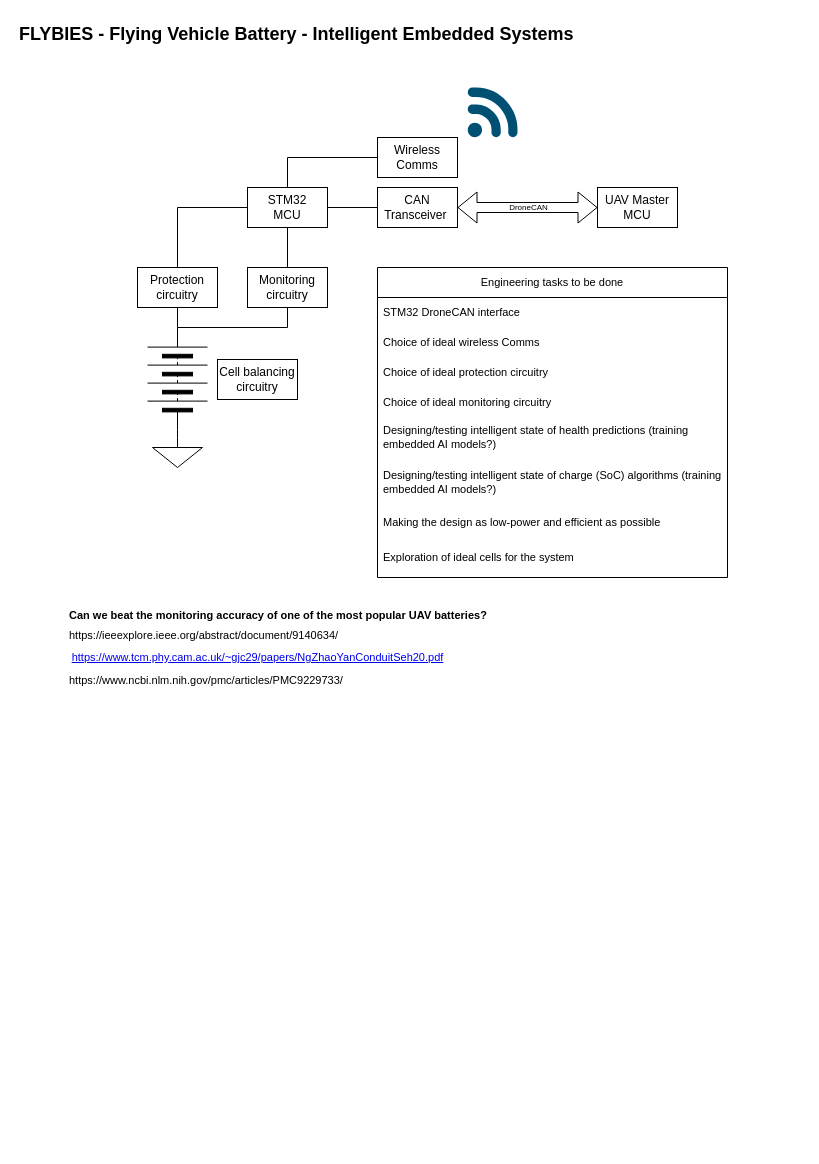
This is page "Project introduction" (1 of 2) of UAVBatteryProject.drawio from EmbeddedSam/UAVBatteryProject1, a draw.io file, before an edit. Source tidied: cells renumbered, new cells numbered last; positions are measured from the earlier drawing's top-left corner, leaving out a move shared by most shapes. Both pictures are drawn from the tidied source at 100%, with x=0, y=0 at pixel (17, 17).
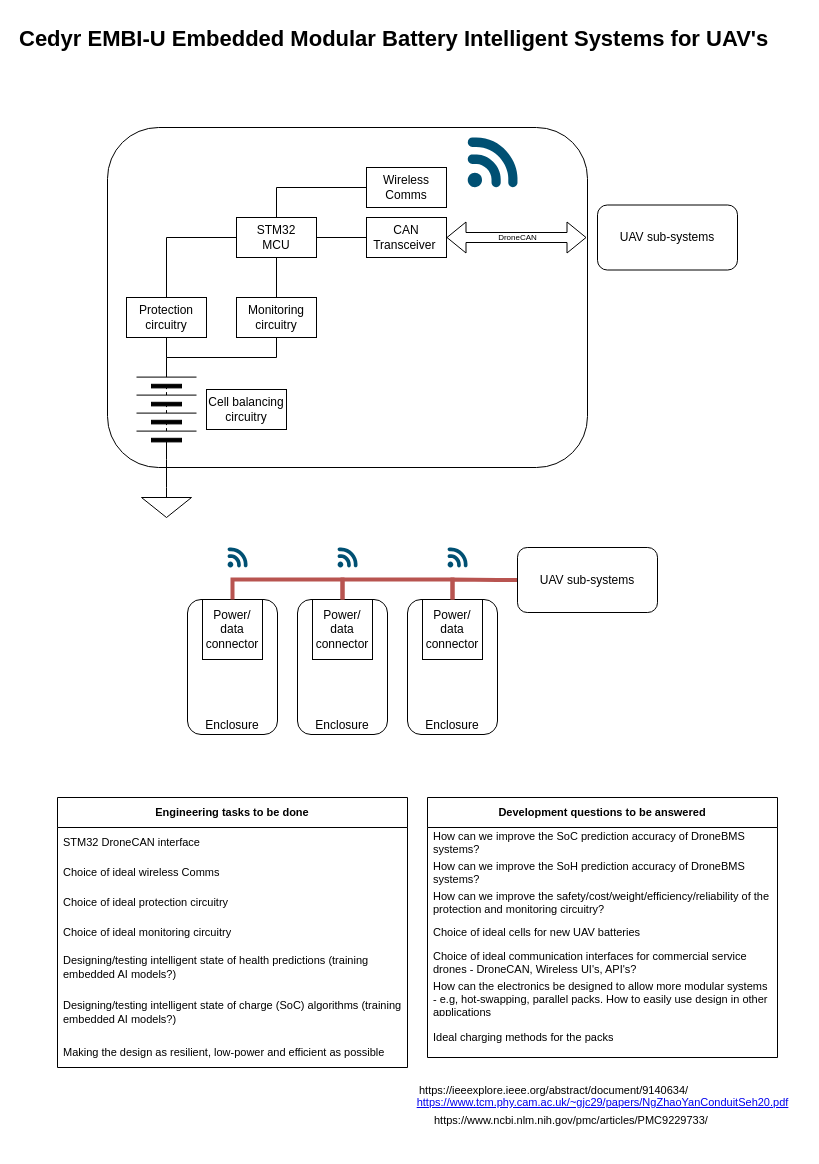
Above is the later version.

Diff of the diagram source:
```diff
@@
     <mxCell id="3" style="verticalLabelPosition=bottom;shadow=0;dashed=0;align=center;html=1;verticalAlign=top;shape=mxgraph.electrical.miscellaneous.batteryStack;rotation=-90;" parent="1" vertex="1">
-      <mxGeometry x="110" y="332" width="100" height="60" as="geometry" />
+      <mxGeometry x="99" y="362" width="100" height="60" as="geometry" />
     </mxCell>
     <mxCell id="4" value="Cell balancing circuitry" style="rounded=0;whiteSpace=wrap;html=1;" parent="1" vertex="1">
-      <mxGeometry x="200" y="342" width="80" height="40" as="geometry" />
+      <mxGeometry x="189" y="372" width="80" height="40" as="geometry" />
     </mxCell>
     <mxCell id="5" style="edgeStyle=orthogonalEdgeStyle;rounded=0;jettySize=auto;html=1;exitX=0.5;exitY=1;exitDx=0;exitDy=0;endArrow=none;endFill=0;" parent="1" edge="1" source="6">
       <mxGeometry relative="1" as="geometry">
-        <mxPoint x="160" y="310" as="targetPoint" />
+        <mxPoint x="149" y="340" as="targetPoint" />
       </mxGeometry>
     </mxCell>
     <mxCell id="6" value="Protection circuitry" style="rounded=0;whiteSpace=wrap;html=1;" parent="1" vertex="1">
-      <mxGeometry x="120" y="250" width="80" height="40" as="geometry" />
+      <mxGeometry x="109" y="280" width="80" height="40" as="geometry" />
     </mxCell>
     <mxCell id="7" style="edgeStyle=orthogonalEdgeStyle;rounded=0;jettySize=auto;html=1;exitX=0.5;exitY=1;exitDx=0;exitDy=0;entryX=0.85;entryY=0.5;entryDx=0;entryDy=0;entryPerimeter=0;endArrow=none;endFill=0;" parent="1" edge="1" source="8" target="3">
       <mxGeometry relative="1" as="geometry">
         <Array as="points">
-          <mxPoint x="270" y="310" />
-          <mxPoint x="160" y="310" />
+          <mxPoint x="259" y="340" />
+          <mxPoint x="149" y="340" />
         </Array>
       </mxGeometry>
     </mxCell>
     <mxCell id="8" value="Monitoring circuitry" style="rounded=0;whiteSpace=wrap;html=1;" parent="1" vertex="1">
-      <mxGeometry x="230" y="250" width="80" height="40" as="geometry" />
+      <mxGeometry x="219" y="280" width="80" height="40" as="geometry" />
     </mxCell>
@@
     <mxCell id="13" value="STM32&lt;br&gt;MCU" style="rounded=0;whiteSpace=wrap;html=1;" parent="1" vertex="1">
-      <mxGeometry x="230" y="170" width="80" height="40" as="geometry" />
+      <mxGeometry x="219" y="200" width="80" height="40" as="geometry" />
     </mxCell>
     <mxCell id="14" value="CAN Transceiver&amp;nbsp;" style="rounded=0;whiteSpace=wrap;html=1;" parent="1" vertex="1">
-      <mxGeometry x="360" y="170" width="80" height="40" as="geometry" />
+      <mxGeometry x="349" y="200" width="80" height="40" as="geometry" />
     </mxCell>
     <mxCell id="15" value="Wireless Comms" style="rounded=0;whiteSpace=wrap;html=1;" parent="1" vertex="1">
-      <mxGeometry x="360" y="120" width="80" height="40" as="geometry" />
+      <mxGeometry x="349" y="150" width="80" height="40" as="geometry" />
     </mxCell>
     <mxCell id="16" style="verticalLabelPosition=bottom;shadow=0;dashed=0;align=center;html=1;verticalAlign=top;shape=mxgraph.electrical.signal_sources.signal_ground;fontFamily=Helvetica;fontSize=11;fontColor=default;" parent="1" vertex="1">
-      <mxGeometry x="135" y="420" width="50" height="30" as="geometry" />
+      <mxGeometry x="124" y="470" width="50" height="30" as="geometry" />
     </mxCell>
     <mxCell id="17" style="verticalLabelPosition=bottom;sketch=0;html=1;verticalAlign=top;align=center;shape=mxgraph.cisco19.3g_4g_indicator;fillColor=#005073;strokeColor=none;fontFamily=Helvetica;fontSize=11;fontColor=default;" parent="1" vertex="1">
-      <mxGeometry x="450" y="70" width="50" height="50" as="geometry" />
+      <mxGeometry x="450" y="120" width="50" height="50" as="geometry" />
     </mxCell>
-    <mxCell id="18" style="shape=flexArrow;endArrow=classic;startArrow=classic;html=1;rounded=0;labelBackgroundColor=default;strokeColor=default;fontFamily=Helvetica;fontSize=11;fontColor=default;exitX=1;exitY=0.5;exitDx=0;exitDy=0;entryX=0;entryY=0.5;entryDx=0;entryDy=0;" parent="1" edge="1" source="14" target="20">
-      <mxGeometry relative="1" as="geometry" />
+    <mxCell id="18" style="shape=flexArrow;endArrow=classic;startArrow=classic;html=1;rounded=0;labelBackgroundColor=default;strokeColor=default;fontFamily=Helvetica;fontSize=11;fontColor=default;exitX=1;exitY=0.5;exitDx=0;exitDy=0;entryX=0;entryY=0.5;entryDx=0;entryDy=0;" parent="1" edge="1" source="14">
+      <mxGeometry relative="1" as="geometry">
+        <mxPoint x="569" y="220" as="targetPoint" />
+      </mxGeometry>
     </mxCell>
@@
-    <mxCell id="20" value="UAV Master MCU" style="rounded=0;whiteSpace=wrap;html=1;" parent="1" vertex="1">
-      <mxGeometry x="580" y="170" width="80" height="40" as="geometry" />
-    </mxCell>
-    <mxCell id="21" value="Engineering tasks to be done" style="swimlane;fontStyle=0;horizontal=1;startSize=30;whiteSpace=wrap;html=1;fontFamily=Helvetica;fontSize=11;fontColor=default;" parent="1" vertex="1">
-      <mxGeometry x="360" y="250" width="350" height="310" as="geometry" />
+    <mxCell id="21" value="&lt;b&gt;Engineering tasks to be done&lt;/b&gt;" style="swimlane;fontStyle=0;horizontal=1;startSize=30;whiteSpace=wrap;html=1;fontFamily=Helvetica;fontSize=11;fontColor=default;" parent="1" vertex="1">
+      <mxGeometry x="40" y="780" width="350" height="270" as="geometry" />
     </mxCell>
@@
-    <mxCell id="28" value="Making the design as low-power and efficient as possible" style="text;strokeColor=none;fillColor=none;align=left;verticalAlign=middle;spacingLeft=4;spacingRight=4;overflow=hidden;whiteSpace=wrap;html=1;fontSize=11;fontFamily=Helvetica;fontColor=default;" parent="21" vertex="1">
+    <mxCell id="28" value="Making the design as resilient, low-power and efficient as possible" style="text;strokeColor=none;fillColor=none;align=left;verticalAlign=middle;spacingLeft=4;spacingRight=4;overflow=hidden;whiteSpace=wrap;html=1;fontSize=11;fontFamily=Helvetica;fontColor=default;" parent="21" vertex="1">
       <mxGeometry y="240" width="350" height="30" as="geometry" />
     </mxCell>
-    <mxCell id="29" value="Exploration of ideal cells for the system" style="text;strokeColor=none;fillColor=none;align=left;verticalAlign=middle;spacingLeft=4;spacingRight=4;overflow=hidden;whiteSpace=wrap;html=1;fontSize=11;fontFamily=Helvetica;fontColor=default;" parent="21" vertex="1">
-      <mxGeometry y="270" width="350" height="40" as="geometry" />
-    </mxCell>
     <mxCell id="30" value="&lt;a href=&quot;https://www.tcm.phy.cam.ac.uk/~gjc29/papers/NgZhaoYanConduitSeh20.pdf&quot;&gt;https://www.tcm.phy.cam.ac.uk/~gjc29/papers/NgZhaoYanConduitSeh20.pdf&lt;/a&gt;" style="text;html=1;align=center;verticalAlign=middle;strokeColor=none;fillColor=none;fontSize=11;fontFamily=Helvetica;fontColor=default;" parent="1" vertex="1">
-      <mxGeometry x="40" y="625" width="400" height="30" as="geometry" />
+      <mxGeometry x="385" y="1070" width="400" height="30" as="geometry" />
     </mxCell>
     <mxCell id="31" value="https://www.ncbi.nlm.nih.gov/pmc/articles/PMC9229733/&amp;nbsp;&lt;br&gt;" style="text;whiteSpace=wrap;html=1;fontSize=11;fontFamily=Helvetica;fontColor=default;" parent="1" vertex="1">
-      <mxGeometry x="50" y="650" width="310" height="40" as="geometry" />
+      <mxGeometry x="415" y="1090" width="310" height="40" as="geometry" />
     </mxCell>
-    <mxCell id="32" value="Can we beat the monitoring accuracy of one of the most popular UAV batteries?" style="text;whiteSpace=wrap;html=1;fontSize=11;fontFamily=Helvetica;fontColor=default;fontStyle=1;" parent="1" vertex="1">
-      <mxGeometry x="50" y="585" width="420" height="40" as="geometry" />
-    </mxCell>
     <mxCell id="33" value="https://ieeexplore.ieee.org/abstract/document/9140634/" style="text;whiteSpace=wrap;html=1;fontSize=11;fontFamily=Helvetica;fontColor=default;" parent="1" vertex="1">
-      <mxGeometry x="50" y="605" width="300" height="40" as="geometry" />
+      <mxGeometry x="400" y="1060" width="300" height="40" as="geometry" />
     </mxCell>
-    <mxCell id="34" value="&lt;b&gt;FLYBIES - Flying Vehicle Battery - Intelligent Embedded Systems&lt;/b&gt;" style="text;whiteSpace=wrap;html=1;fontSize=18;fontFamily=Helvetica;fontColor=default;" parent="1" vertex="1">
-      <mxGeometry width="630" height="40" as="geometry" />
+    <mxCell id="34" value="&lt;b style=&quot;font-size: 22px;&quot;&gt;Cedyr EMBI-U Embedded Modular Battery Intelligent Systems for UAV's&lt;/b&gt;" style="text;whiteSpace=wrap;html=1;fontSize=24;fontFamily=Helvetica;fontColor=default;" parent="1" vertex="1">
+      <mxGeometry width="760" height="40" as="geometry" />
     </mxCell>
+    <mxCell id="35" value="&lt;b&gt;Development questions to be answered&lt;/b&gt;" style="swimlane;fontStyle=0;horizontal=1;startSize=30;whiteSpace=wrap;html=1;fontFamily=Helvetica;fontSize=11;fontColor=default;" parent="1" vertex="1">
+      <mxGeometry x="410" y="780" width="350" height="260" as="geometry" />
+    </mxCell>
+    <mxCell id="36" value="How can we improve the SoC prediction accuracy of DroneBMS systems?" style="text;strokeColor=none;fillColor=none;align=left;verticalAlign=middle;spacingLeft=4;spacingRight=4;overflow=hidden;whiteSpace=wrap;html=1;fontSize=11;fontFamily=Helvetica;fontColor=default;" parent="35" vertex="1">
+      <mxGeometry y="30" width="350" height="30" as="geometry" />
+    </mxCell>
+    <mxCell id="37" value="How can we improve the SoH prediction accuracy of DroneBMS systems?" style="text;strokeColor=none;fillColor=none;align=left;verticalAlign=middle;spacingLeft=4;spacingRight=4;overflow=hidden;whiteSpace=wrap;html=1;fontSize=11;fontFamily=Helvetica;fontColor=default;" parent="35" vertex="1">
+      <mxGeometry y="60" width="350" height="30" as="geometry" />
+    </mxCell>
+    <mxCell id="38" value="How can we improve the safety/cost/weight/efficiency/reliability of the protection and monitoring circuitry?" style="text;strokeColor=none;fillColor=none;align=left;verticalAlign=middle;spacingLeft=4;spacingRight=4;overflow=hidden;whiteSpace=wrap;html=1;fontSize=11;fontFamily=Helvetica;fontColor=default;" parent="35" vertex="1">
+      <mxGeometry y="90" width="350" height="30" as="geometry" />
+    </mxCell>
+    <mxCell id="39" value="Choice of ideal cells for new UAV batteries" style="text;strokeColor=none;fillColor=none;align=left;verticalAlign=middle;spacingLeft=4;spacingRight=4;overflow=hidden;whiteSpace=wrap;html=1;fontSize=11;fontFamily=Helvetica;fontColor=default;" parent="35" vertex="1">
+      <mxGeometry y="120" width="350" height="30" as="geometry" />
+    </mxCell>
+    <mxCell id="40" value="Choice of ideal communication interfaces for commercial service drones - DroneCAN, Wireless UI's, API's?" style="text;strokeColor=none;fillColor=none;align=left;verticalAlign=middle;spacingLeft=4;spacingRight=4;overflow=hidden;whiteSpace=wrap;html=1;fontSize=11;fontFamily=Helvetica;fontColor=default;" parent="35" vertex="1">
+      <mxGeometry y="150" width="350" height="30" as="geometry" />
+    </mxCell>
+    <mxCell id="41" value="How can the electronics be designed to allow more modular systems - e.g, hot-swapping, parallel packs. How to easily use design in other applications" style="text;strokeColor=none;fillColor=none;align=left;verticalAlign=middle;spacingLeft=4;spacingRight=4;overflow=hidden;whiteSpace=wrap;html=1;fontSize=11;fontFamily=Helvetica;fontColor=default;" parent="35" vertex="1">
+      <mxGeometry y="180" width="350" height="40" as="geometry" />
+    </mxCell>
+    <mxCell id="42" value="Ideal charging methods for the packs" style="text;strokeColor=none;fillColor=none;align=left;verticalAlign=middle;spacingLeft=4;spacingRight=4;overflow=hidden;whiteSpace=wrap;html=1;fontSize=11;fontFamily=Helvetica;fontColor=default;" parent="35" vertex="1">
+      <mxGeometry y="220" width="350" height="40" as="geometry" />
+    </mxCell>
+    <mxCell id="43" style="group;" parent="1" vertex="1">
+      <mxGeometry x="170" y="530" width="470" height="187" as="geometry" />
+    </mxCell>
+    <mxCell id="44" value="Power/&lt;br&gt;data connector" style="rounded=0;whiteSpace=wrap;html=1;" parent="43" vertex="1">
+      <mxGeometry x="15" y="52" width="60" height="60" as="geometry" />
+    </mxCell>
+    <mxCell id="45" value="Enclosure" style="rounded=1;whiteSpace=wrap;html=1;verticalAlign=bottom;fillColor=none;" parent="43" vertex="1">
+      <mxGeometry y="52" width="90" height="135" as="geometry" />
+    </mxCell>
+    <mxCell id="46" value="Power/&lt;br&gt;data connector" style="rounded=0;whiteSpace=wrap;html=1;" parent="43" vertex="1">
+      <mxGeometry x="125" y="52" width="60" height="60" as="geometry" />
+    </mxCell>
+    <mxCell id="47" value="Enclosure" style="rounded=1;whiteSpace=wrap;html=1;verticalAlign=bottom;fillColor=none;" parent="43" vertex="1">
+      <mxGeometry x="110" y="52" width="90" height="135" as="geometry" />
+    </mxCell>
+    <mxCell id="48" style="edgeStyle=orthogonalEdgeStyle;rounded=0;jettySize=auto;html=1;exitX=0.5;exitY=0;exitDx=0;exitDy=0;entryX=0.5;entryY=0;entryDx=0;entryDy=0;endArrow=none;endFill=0;strokeWidth=4;fillColor=#f8cecc;strokeColor=#b85450;" parent="43" edge="1" source="45" target="47">
+      <mxGeometry relative="1" as="geometry" />
+    </mxCell>
+    <mxCell id="49" value="Power/&lt;br&gt;data connector" style="rounded=0;whiteSpace=wrap;html=1;" parent="43" vertex="1">
+      <mxGeometry x="235" y="52" width="60" height="60" as="geometry" />
+    </mxCell>
+    <mxCell id="50" value="Enclosure" style="rounded=1;whiteSpace=wrap;html=1;verticalAlign=bottom;fillColor=none;" parent="43" vertex="1">
+      <mxGeometry x="220" y="52" width="90" height="135" as="geometry" />
+    </mxCell>
+    <mxCell id="51" style="edgeStyle=orthogonalEdgeStyle;rounded=0;jettySize=auto;html=1;exitX=0.5;exitY=0;exitDx=0;exitDy=0;entryX=0.5;entryY=0;entryDx=0;entryDy=0;endArrow=none;endFill=0;strokeWidth=4;fillColor=#f8cecc;strokeColor=#b85450;" parent="43" edge="1" source="47" target="50">
+      <mxGeometry relative="1" as="geometry" />
+    </mxCell>
+    <mxCell id="52" style="edgeStyle=orthogonalEdgeStyle;shape=connector;rounded=0;jettySize=auto;html=1;exitX=0;exitY=0.5;exitDx=0;exitDy=0;entryX=0.5;entryY=0;entryDx=0;entryDy=0;labelBackgroundColor=default;strokeColor=#b85450;fontFamily=Helvetica;fontSize=11;fontColor=default;endArrow=none;endFill=0;strokeWidth=4;fillColor=#f8cecc;" parent="43" edge="1" source="53" target="50">
+      <mxGeometry relative="1" as="geometry" />
+    </mxCell>
+    <mxCell id="53" value="UAV sub-systems" style="rounded=1;whiteSpace=wrap;html=1;verticalAlign=middle;fillColor=none;" parent="43" vertex="1">
+      <mxGeometry x="330" width="140" height="65" as="geometry" />
+    </mxCell>
+    <mxCell id="54" style="verticalLabelPosition=bottom;sketch=0;html=1;verticalAlign=top;align=center;shape=mxgraph.cisco19.3g_4g_indicator;fillColor=#005073;strokeColor=none;fontFamily=Helvetica;fontSize=11;fontColor=default;" parent="43" vertex="1">
+      <mxGeometry x="40" width="20" height="20" as="geometry" />
+    </mxCell>
+    <mxCell id="55" style="verticalLabelPosition=bottom;sketch=0;html=1;verticalAlign=top;align=center;shape=mxgraph.cisco19.3g_4g_indicator;fillColor=#005073;strokeColor=none;fontFamily=Helvetica;fontSize=11;fontColor=default;" parent="43" vertex="1">
+      <mxGeometry x="150" width="20" height="20" as="geometry" />
+    </mxCell>
+    <mxCell id="56" style="verticalLabelPosition=bottom;sketch=0;html=1;verticalAlign=top;align=center;shape=mxgraph.cisco19.3g_4g_indicator;fillColor=#005073;strokeColor=none;fontFamily=Helvetica;fontSize=11;fontColor=default;" parent="43" vertex="1">
+      <mxGeometry x="260" width="20" height="20" as="geometry" />
+    </mxCell>
+    <mxCell id="57" value="UAV sub-systems" style="rounded=1;whiteSpace=wrap;html=1;verticalAlign=middle;fillColor=none;" parent="1" vertex="1">
+      <mxGeometry x="580" y="187.5" width="140" height="65" as="geometry" />
+    </mxCell>
+    <mxCell id="58" style="rounded=1;whiteSpace=wrap;html=1;fontFamily=Helvetica;fontSize=11;fontColor=default;fillColor=none;" parent="1" vertex="1">
+      <mxGeometry x="90" y="110" width="480" height="340" as="geometry" />
+    </mxCell>
```
